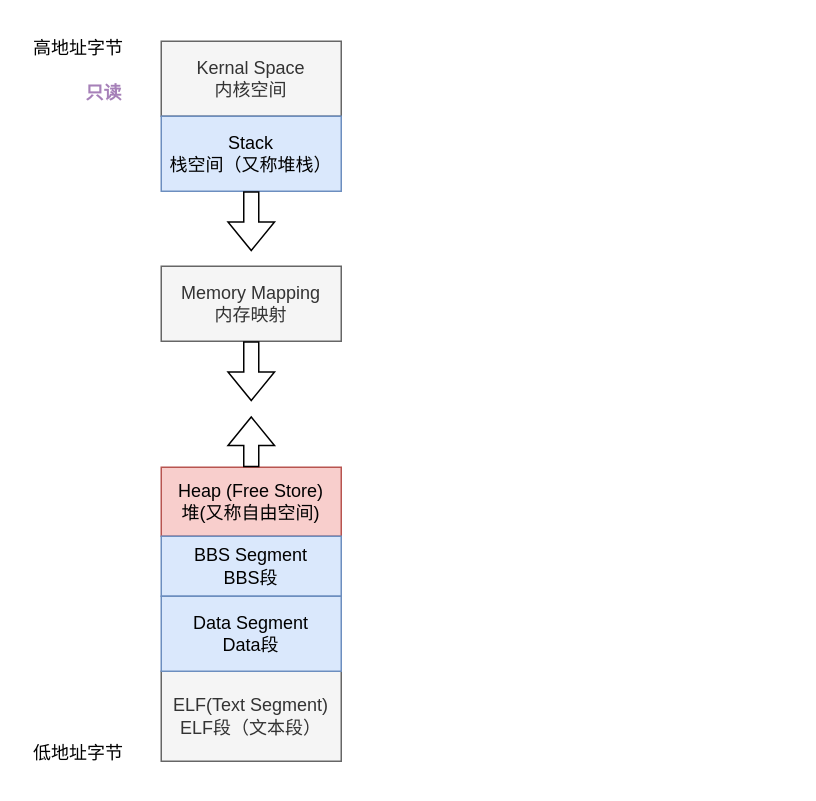
This is cpp_mem/cpp_mem_module.drawio from micro-script/Graph.Draw.IO, a draw.io file, before an edit. Source tidied: cells renumbered, new cells numbered last; positions are measured from the earlier drawing's top-left corner, leaving out a move shared by most shapes. Both pictures are drawn from the tidied source at 150%, with x=0, y=0 at pixel (26, 26).
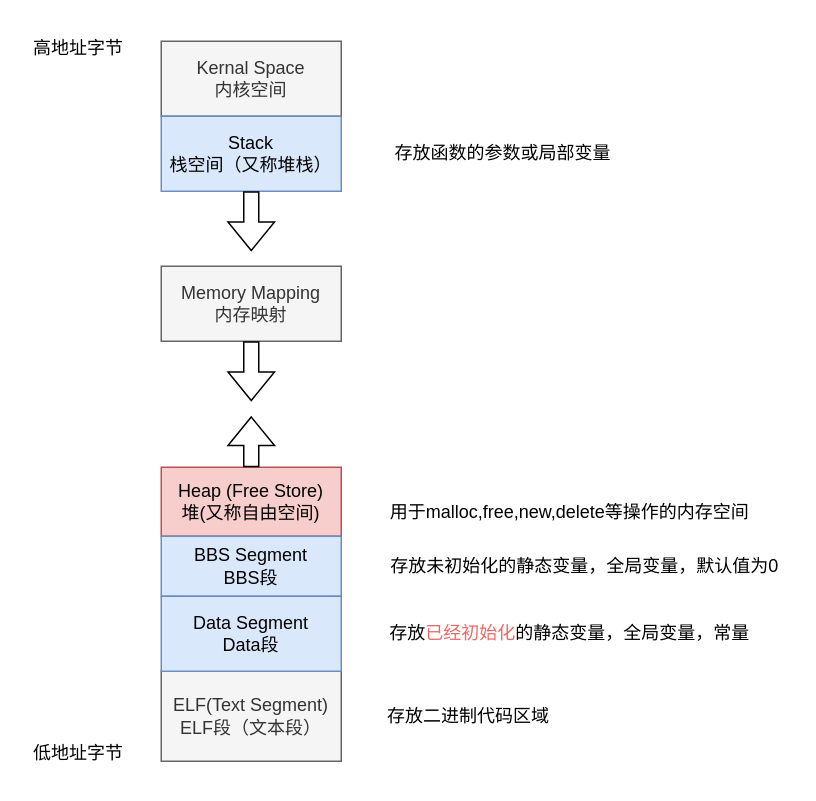
The same page after the edit.

Change to the diagram source:
```diff
@@
-    <mxCell id="14" value="只读" style="text;html=1;strokeColor=none;fillColor=none;align=center;verticalAlign=middle;whiteSpace=wrap;rounded=0;fontColor=#A680B8;fontStyle=1;" parent="1" vertex="1">
-      <mxGeometry x="37" y="30" width="30" height="30" as="geometry" />
-    </mxCell>
+    <mxCell id="15" value="存放二进制代码区域" style="text;html=1;strokeColor=none;fillColor=none;align=center;verticalAlign=middle;whiteSpace=wrap;rounded=0;" parent="1" vertex="1">
+      <mxGeometry x="234.5" y="445" width="120" height="30" as="geometry" />
+    </mxCell>
+    <mxCell id="16" value="存放&lt;font color=&quot;#ea6b66&quot;&gt;已经初始化&lt;/font&gt;的静态变量，全局变量，常量" style="text;html=1;strokeColor=none;fillColor=none;align=center;verticalAlign=middle;whiteSpace=wrap;rounded=0;" parent="1" vertex="1">
+      <mxGeometry x="235" y="390" width="255" height="30" as="geometry" />
+    </mxCell>
+    <mxCell id="17" value="存放未初始化的静态变量，全局变量，默认值为0" style="text;html=1;strokeColor=none;fillColor=none;align=center;verticalAlign=middle;whiteSpace=wrap;rounded=0;" parent="1" vertex="1">
+      <mxGeometry x="235" y="345" width="275" height="30" as="geometry" />
+    </mxCell>
+    <mxCell id="18" value="用于malloc,free,new,delete等操作的内存空间" style="text;html=1;strokeColor=none;fillColor=none;align=center;verticalAlign=middle;whiteSpace=wrap;rounded=0;" parent="1" vertex="1">
+      <mxGeometry x="234.5" y="309" width="255" height="30" as="geometry" />
+    </mxCell>
+    <mxCell id="19" value="存放函数的参数或局部变量" style="text;html=1;strokeColor=none;fillColor=none;align=center;verticalAlign=middle;whiteSpace=wrap;rounded=0;" parent="1" vertex="1">
+      <mxGeometry x="234.5" y="70" width="165.5" height="30" as="geometry" />
+    </mxCell>
```
